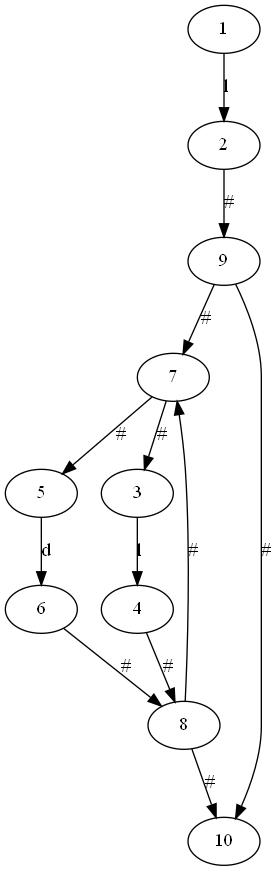
Earlier version of the Graphviz export NFA.gv.png (FanqingM/Compilation-principle). Its source is kept beside it as NFA.gv.
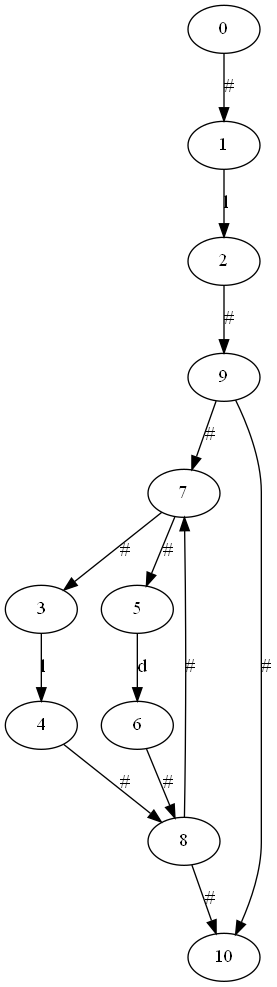
After the commit.

The edit, as a diff of the source:
```diff
@@ -1,14 +1,15 @@
 digraph G {
+	7 -> 3 [label="#"]
+	8 -> 7 [label="#"]
+	6 -> 8 [label="#"]
+	5 -> 6 [label=d]
+	8 -> 10 [label="#"]
+	0 -> 1 [label="#"]
+	3 -> 4 [label=l]
+	4 -> 8 [label="#"]
 	7 -> 5 [label="#"]
-	9 -> 7 [label="#"]
-	4 -> 8 [label="#"]
 	9 -> 10 [label="#"]
 	2 -> 9 [label="#"]
-	8 -> 7 [label="#"]
-	6 -> 8 [label="#"]
-	8 -> 10 [label="#"]
+	9 -> 7 [label="#"]
 	1 -> 2 [label=l]
-	7 -> 3 [label="#"]
-	3 -> 4 [label=l]
-	5 -> 6 [label=d]
 }
```
